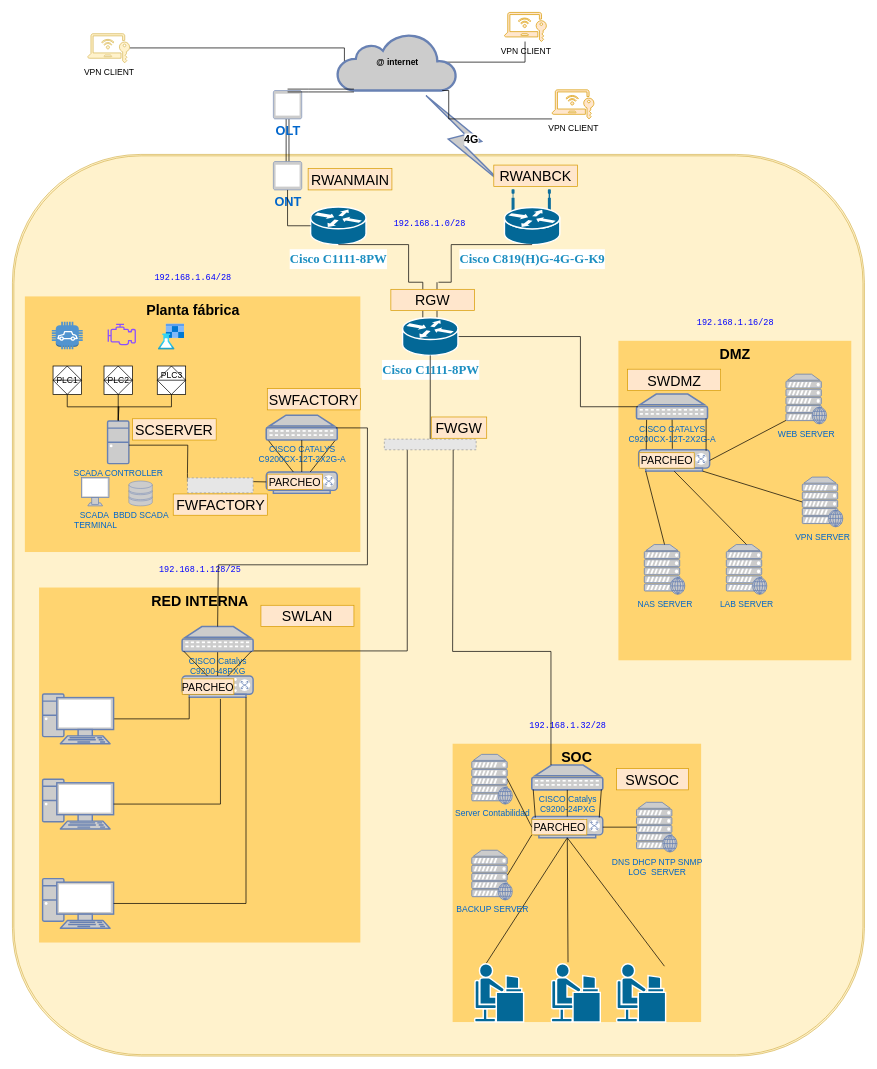
Earlier version of the draw.io diagram auditoria_ficti.drawio (hotspotcepeda/audit_ficti). Source tidied: cells renumbered, new cells numbered last; positions are measured from the earlier drawing's top-left corner, leaving out a move shared by most shapes. Both pictures are drawn from the tidied source at 71%, with x=0, y=0 at pixel (12, 12). Pictures stored in the file or linked from it are replaced by grey dashed boxes.
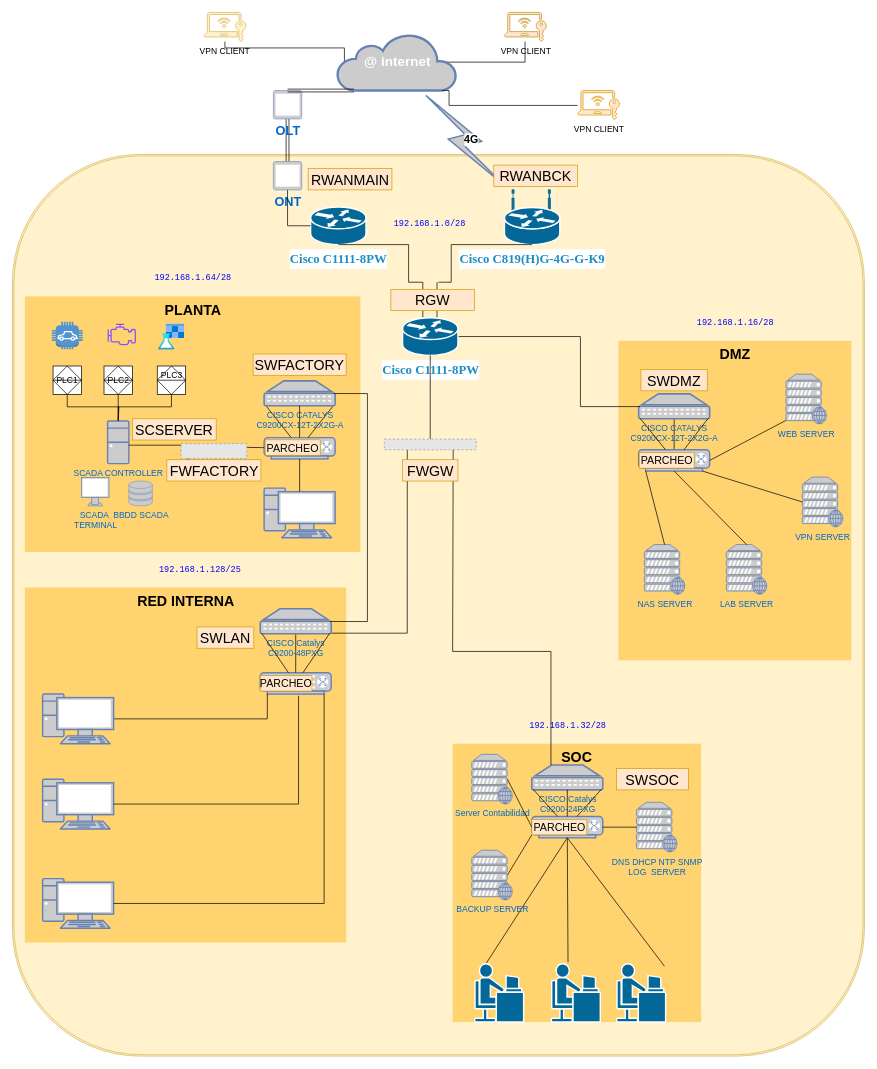
Above is the later version.

The change refers to these unchanged cells:
```xml
<mxCell id="36" style="fontColor=#0066CC;verticalAlign=top;verticalLabelPosition=bottom;labelPosition=center;align=center;html=1;outlineConnect=0;fillColor=#CCCCCC;strokeColor=#6881B3;gradientColor=none;gradientDirection=north;strokeWidth=2;shape=mxgraph.networks.switch;" parent="1" vertex="1">
  <mxGeometry x="731.5" y="1132.5" width="100" height="30" as="geometry" />
</mxCell>
<mxCell id="41" style="fontColor=#0066CC;verticalAlign=top;verticalLabelPosition=bottom;labelPosition=center;align=center;html=1;outlineConnect=0;fillColor=#CCCCCC;strokeColor=#6881B3;gradientColor=none;gradientDirection=north;strokeWidth=2;shape=mxgraph.networks.switch;" parent="1" vertex="1">
  <mxGeometry x="882" y="616" width="100" height="30" as="geometry" />
</mxCell>
<mxCell id="42" value="CISCO Catalys&lt;br style=&quot;border-color: var(--border-color);&quot;&gt;C9200-24PXG" style="fontColor=#0066CC;verticalAlign=top;verticalLabelPosition=bottom;labelPosition=center;align=center;html=1;outlineConnect=0;fillColor=#CCCCCC;strokeColor=#6881B3;gradientColor=none;gradientDirection=north;strokeWidth=2;shape=mxgraph.networks.patch_panel;" parent="1" vertex="1">
  <mxGeometry x="731.5" y="1060" width="100" height="35" as="geometry" />
</mxCell>
<mxCell id="79" value="&lt;h1 style=&quot;border-color: var(--border-color); box-sizing: border-box; font-size: 18px; margin: 0px; line-height: 1.75rem; font-family: Montserrat, serif; color: rgb(28, 142, 193); padding-top: 0px; text-align: start; background-color: rgb(255, 255, 255);&quot; class=&quot;product--title&quot;&gt;Cisco C1111-8PW&lt;br&gt;&lt;/h1&gt;" style="shape=mxgraph.cisco.routers.router;sketch=0;html=1;dashed=0;fillColor=#036897;strokeColor=#ffffff;strokeWidth=2;verticalLabelPosition=bottom;verticalAlign=top;align=center;outlineConnect=0;" parent="1" vertex="1">
  <mxGeometry x="549.5" y="430" width="78" height="53" as="geometry" />
</mxCell>
<mxCell id="84" style="fillColor=#E6E6E6;strokeColor=#999999;dashed=1;verticalLabelPosition=bottom;labelBackgroundColor=default;verticalAlign=top;" parent="1" vertex="1">
  <mxGeometry x="523.8" y="601" width="129.3" height="15" as="geometry" />
</mxCell>
<mxCell id="89" value="&lt;font style=&quot;font-size: 15px;&quot;&gt;PARCHEO&lt;/font&gt;" style="text;strokeColor=#d79b00;align=center;fillColor=#ffe6cc;html=1;verticalAlign=middle;whiteSpace=wrap;rounded=0;" parent="1" vertex="1">
  <mxGeometry x="882.8" y="620.1" width="77.5" height="21.8" as="geometry" />
</mxCell>
```

Change to the diagram source:
```diff
@@
-    <mxCell id="6" value="&lt;h4&gt;&lt;font color=&quot;#000000&quot;&gt;@ internet&lt;/font&gt;&lt;/h4&gt;" style="html=1;outlineConnect=0;fillColor=#CCCCCC;strokeColor=#6881B3;gradientColor=none;gradientDirection=north;strokeWidth=2;shape=mxgraph.networks.cloud;fontColor=#ffffff;" parent="1" vertex="1">
+    <mxCell id="6" value="&lt;h4&gt;&lt;font style=&quot;font-size: 19px;&quot;&gt;@ internet&lt;/font&gt;&lt;/h4&gt;" style="html=1;outlineConnect=0;fillColor=#CCCCCC;strokeColor=#6881B3;gradientColor=none;gradientDirection=north;strokeWidth=2;shape=mxgraph.networks.cloud;fontColor=#ffffff;" parent="1" vertex="1">
       <mxGeometry x="457.5" y="30" width="168" height="80" as="geometry" />
     </mxCell>
@@
     <mxCell id="12" value="&lt;font style=&quot;font-size: 20px;&quot;&gt;&lt;b&gt;RED INTERNA&lt;/b&gt;&lt;/font&gt;" style="whiteSpace=wrap;html=1;fillColor=#FFD470;gradientColor=none;fontSize=14;strokeColor=none;verticalAlign=top;" parent="1" vertex="1">
-      <mxGeometry x="37.5" y="810" width="452.5" height="500" as="geometry" />
+      <mxGeometry x="17.5" y="810" width="452.5" height="500" as="geometry" />
     </mxCell>
     <mxCell id="13" style="fontColor=#0066CC;verticalAlign=top;verticalLabelPosition=bottom;labelPosition=center;align=center;html=1;outlineConnect=0;fillColor=#CCCCCC;strokeColor=#6881B3;gradientColor=none;gradientDirection=north;strokeWidth=2;shape=mxgraph.networks.switch;" parent="1" vertex="1">
-      <mxGeometry x="239" y="934.5" width="100" height="30" as="geometry" />
+      <mxGeometry x="349" y="930" width="100" height="30" as="geometry" />
     </mxCell>
@@
     <mxCell id="25" value="VPN CLIENT" style="sketch=0;shadow=0;dashed=0;html=1;strokeColor=#d6b656;fillColor=#fff2cc;labelPosition=center;verticalLabelPosition=bottom;verticalAlign=top;outlineConnect=0;align=center;shape=mxgraph.office.concepts.remote_access;" parent="1" vertex="1">
-      <mxGeometry x="106" y="30" width="59" height="41" as="geometry" />
+      <mxGeometry x="269.8" width="59" height="41" as="geometry" />
     </mxCell>
     <mxCell id="26" value="VPN CLIENT" style="sketch=0;shadow=0;dashed=0;html=1;strokeColor=#d79b00;fillColor=#ffe6cc;labelPosition=center;verticalLabelPosition=bottom;verticalAlign=top;outlineConnect=0;align=center;shape=mxgraph.office.concepts.remote_access;" parent="1" vertex="1">
-      <mxGeometry x="760" y="109" width="59" height="41" as="geometry" />
+      <mxGeometry x="796" y="110" width="59" height="41" as="geometry" />
     </mxCell>
@@
-    <mxCell id="28" value="&lt;font style=&quot;font-size: 20px;&quot;&gt;&lt;b&gt;Planta fábrica&lt;/b&gt;&lt;/font&gt;" style="whiteSpace=wrap;html=1;fillColor=#FFD470;gradientColor=none;fontSize=14;strokeColor=none;verticalAlign=top;" parent="1" vertex="1">
+    <mxCell id="28" value="&lt;span style=&quot;font-size: 20px;&quot;&gt;&lt;b&gt;PLANTA&lt;/b&gt;&lt;/span&gt;" style="whiteSpace=wrap;html=1;fillColor=#FFD470;gradientColor=none;fontSize=14;strokeColor=none;verticalAlign=top;" parent="1" vertex="1">
       <mxGeometry x="17.5" y="400" width="472.5" height="360" as="geometry" />
     </mxCell>
     <mxCell id="29" style="edgeStyle=orthogonalEdgeStyle;rounded=0;jettySize=auto;html=1;exitX=0.25;exitY=1;exitDx=0;exitDy=0;endArrow=none;endFill=0;entryX=0.98;entryY=0.98;entryDx=0;entryDy=0;entryPerimeter=0;" parent="1" edge="1" source="84" target="64">
       <mxGeometry relative="1" as="geometry">
         <Array as="points">
-          <mxPoint x="556" y="899" />
+          <mxPoint x="556" y="874" />
         </Array>
       </mxGeometry>
     </mxCell>
@@
     <mxCell id="31" style="edgeStyle=orthogonalEdgeStyle;rounded=0;jettySize=auto;html=1;exitX=0.88;exitY=1;exitDx=0;exitDy=0;exitPerimeter=0;endArrow=none;endFill=0;" parent="1" edge="1" source="6" target="26">
       <mxGeometry relative="1" as="geometry">
         <Array as="points">
-          <mxPoint x="614.5" y="150" />
+          <mxPoint x="615" y="110" />
+          <mxPoint x="615" y="131" />
         </Array>
       </mxGeometry>
     </mxCell>
-    <mxCell id="32" value="VPN CLIENT" style="sketch=0;shadow=0;dashed=0;html=1;strokeColor=#d79b00;fillColor=#ffe6cc;labelPosition=center;verticalLabelPosition=bottom;verticalAlign=top;outlineConnect=0;align=center;shape=mxgraph.office.concepts.remote_access;" parent="1" vertex="1">
+    <mxCell id="32" value="VPN CLIENT" style="sketch=0;shadow=0;dashed=0;html=1;strokeColor=#bd901f;fillColor=#ffe6cc;labelPosition=center;verticalLabelPosition=bottom;verticalAlign=top;outlineConnect=0;align=center;shape=mxgraph.office.concepts.remote_access;" parent="1" vertex="1">
       <mxGeometry x="693" width="59" height="41" as="geometry" />
     </mxCell>
@@
     <mxCell id="39" style="fontColor=#0066CC;verticalAlign=top;verticalLabelPosition=bottom;labelPosition=center;align=center;html=1;outlineConnect=0;fillColor=#CCCCCC;strokeColor=#6881B3;gradientColor=none;gradientDirection=north;strokeWidth=2;shape=mxgraph.networks.switch;" parent="1" vertex="1">
-      <mxGeometry x="357.5" y="647.3" width="100" height="30" as="geometry" />
+      <mxGeometry x="354.5" y="598.9" width="100" height="30" as="geometry" />
     </mxCell>
-    <mxCell id="40" style="edgeStyle=none;rounded=0;jettySize=auto;html=1;endArrow=none;endFill=0;exitX=0.475;exitY=-0.046;exitDx=0;exitDy=0;exitPerimeter=0;" parent="1" edge="1" source="41" target="43">
+    <mxCell id="40" style="edgeStyle=none;rounded=0;jettySize=auto;html=1;endArrow=none;endFill=0;exitX=0.5;exitY=0;exitDx=0;exitDy=0;exitPerimeter=0;" parent="1" edge="1" source="41" target="43">
       <mxGeometry relative="1" as="geometry" />
     </mxCell>
@@
     <mxCell id="43" value="CISCO CATALYS &lt;br&gt;C9200CX-12T-2X2G-A&lt;br&gt;" style="fontColor=#0066CC;verticalAlign=top;verticalLabelPosition=bottom;labelPosition=center;align=center;html=1;outlineConnect=0;fillColor=#CCCCCC;strokeColor=#6881B3;gradientColor=none;gradientDirection=north;strokeWidth=2;shape=mxgraph.networks.patch_panel;" parent="1" vertex="1">
-      <mxGeometry x="879" y="537.5" width="100" height="35" as="geometry" />
+      <mxGeometry x="882" y="537.3" width="100" height="35" as="geometry" />
     </mxCell>
@@
     <mxCell id="46" value="CISCO CATALYS&lt;br style=&quot;border-color: var(--border-color);&quot;&gt;C9200CX-12T-2X2G-A" style="fontColor=#0066CC;verticalAlign=top;verticalLabelPosition=bottom;labelPosition=center;align=center;html=1;outlineConnect=0;fillColor=#CCCCCC;strokeColor=#6881B3;gradientColor=none;gradientDirection=north;strokeWidth=2;shape=mxgraph.networks.patch_panel;" parent="1" vertex="1">
-      <mxGeometry x="357.5" y="567.3" width="100" height="35" as="geometry" />
+      <mxGeometry x="354.5" y="518.9" width="100" height="35" as="geometry" />
     </mxCell>
@@
     <mxCell id="64" value="CISCO Catalys &lt;br&gt;C9200-48PXG" style="fontColor=#0066CC;verticalAlign=top;verticalLabelPosition=bottom;labelPosition=center;align=center;html=1;outlineConnect=0;fillColor=#CCCCCC;strokeColor=#6881B3;gradientColor=none;gradientDirection=north;strokeWidth=2;shape=mxgraph.networks.patch_panel;" parent="1" vertex="1">
-      <mxGeometry x="239" y="865" width="100" height="35" as="geometry" />
+      <mxGeometry x="349" y="840" width="100" height="35" as="geometry" />
     </mxCell>
@@
-    <mxCell id="71" style="edgeStyle=none;rounded=0;jettySize=auto;html=1;exitX=0.128;exitY=-0.207;exitDx=0;exitDy=0;exitPerimeter=0;entryX=0.142;entryY=1.038;entryDx=0;entryDy=0;entryPerimeter=0;endArrow=none;endFill=0;" parent="1" edge="1" source="89" target="43">
+    <mxCell id="71" style="edgeStyle=none;rounded=0;jettySize=auto;html=1;entryX=0.02;entryY=0.98;entryDx=0;entryDy=0;entryPerimeter=0;endArrow=none;endFill=0;" parent="1" edge="1" source="41" target="43">
       <mxGeometry relative="1" as="geometry" />
     </mxCell>
@@
     <mxCell id="74" value="&lt;font style=&quot;font-size: 20px;&quot;&gt;SWFACTORY&lt;/font&gt;" style="text;strokeColor=#d79b00;align=center;fillColor=#ffe6cc;html=1;verticalAlign=middle;whiteSpace=wrap;rounded=0;" parent="1" vertex="1">
-      <mxGeometry x="359" y="529.8" width="131" height="30" as="geometry" />
+      <mxGeometry x="339" y="481.1" width="131" height="30" as="geometry" />
     </mxCell>
@@
     <mxCell id="78" value="&lt;font style=&quot;font-size: 20px;&quot;&gt;FWFACTORY&lt;/font&gt;" style="text;strokeColor=#d79b00;align=center;fillColor=#ffe6cc;html=1;verticalAlign=middle;whiteSpace=wrap;rounded=0;" parent="1" vertex="1">
-      <mxGeometry x="226.5" y="678.2" width="132.5" height="30" as="geometry" />
+      <mxGeometry x="217.5" y="630" width="132.5" height="30" as="geometry" />
     </mxCell>
@@
-    <mxCell id="81" style="edgeStyle=none;rounded=0;jettySize=auto;html=1;entryX=0.5;entryY=0;entryDx=0;entryDy=0;endArrow=none;endFill=0;" parent="1" edge="1" source="79" target="84">
-      <mxGeometry relative="1" as="geometry" />
-    </mxCell>
@@
     <mxCell id="83" style="fillColor=#E6E6E6;strokeColor=#999999;dashed=1;verticalLabelPosition=bottom;labelBackgroundColor=default;verticalAlign=top;" parent="1" vertex="1">
-      <mxGeometry x="246.5" y="655.6" width="92.5" height="21.1" as="geometry" />
+      <mxGeometry x="237.5" y="607.3" width="92.5" height="21.1" as="geometry" />
     </mxCell>
@@
-    <mxCell id="85" value="&lt;font style=&quot;font-size: 20px;&quot;&gt;FWGW&lt;/font&gt;" style="text;strokeColor=#d79b00;align=center;fillColor=#ffe6cc;html=1;verticalAlign=middle;whiteSpace=wrap;rounded=0;" parent="1" vertex="1">
-      <mxGeometry x="590" y="569.8" width="78" height="30" as="geometry" />
-    </mxCell>
     <mxCell id="86" value="&lt;font style=&quot;font-size: 15px;&quot;&gt;PARCHEO&lt;/font&gt;" style="text;strokeColor=#d79b00;align=center;fillColor=#ffe6cc;html=1;verticalAlign=middle;whiteSpace=wrap;rounded=0;" parent="1" vertex="1">
-      <mxGeometry x="359" y="650.3" width="77.5" height="21.8" as="geometry" />
+      <mxGeometry x="356" y="601.9" width="77.5" height="21.8" as="geometry" />
     </mxCell>
     <mxCell id="87" value="&lt;font style=&quot;font-size: 15px;&quot;&gt;PARCHEO&lt;/font&gt;" style="text;strokeColor=#d79b00;align=center;fillColor=#ffe6cc;html=1;verticalAlign=middle;whiteSpace=wrap;rounded=0;" parent="1" vertex="1">
-      <mxGeometry x="239.1" y="938.6" width="72.8" height="21.8" as="geometry" />
+      <mxGeometry x="349.1" y="934.1" width="72.8" height="21.8" as="geometry" />
     </mxCell>
@@
-    <mxCell id="90" style="edgeStyle=none;rounded=0;jettySize=auto;html=1;exitX=0.98;exitY=0.98;exitDx=0;exitDy=0;exitPerimeter=0;entryX=0.95;entryY=0.05;entryDx=0;entryDy=0;entryPerimeter=0;endArrow=none;endFill=0;" parent="1" edge="1" source="43" target="41">
+    <mxCell id="90" style="edgeStyle=none;rounded=0;jettySize=auto;html=1;exitX=0.98;exitY=0.98;exitDx=0;exitDy=0;exitPerimeter=0;endArrow=none;endFill=0;entryX=0.638;entryY=0.002;entryDx=0;entryDy=0;entryPerimeter=0;" parent="1" edge="1" source="43" target="41">
       <mxGeometry relative="1" as="geometry" />
     </mxCell>
-    <mxCell id="91" style="edgeStyle=none;rounded=0;jettySize=auto;html=1;exitX=0.02;exitY=0.98;exitDx=0;exitDy=0;exitPerimeter=0;entryX=0.05;entryY=0.05;entryDx=0;entryDy=0;entryPerimeter=0;endArrow=none;endFill=0;" parent="1" edge="1" source="42" target="36">
+    <mxCell id="91" style="edgeStyle=none;rounded=0;jettySize=auto;html=1;exitX=0.02;exitY=0.98;exitDx=0;exitDy=0;exitPerimeter=0;endArrow=none;endFill=0;" parent="1" edge="1" source="42" target="36">
       <mxGeometry relative="1" as="geometry" />
     </mxCell>
-    <mxCell id="92" style="edgeStyle=none;rounded=0;jettySize=auto;html=1;exitX=0.98;exitY=0.98;exitDx=0;exitDy=0;exitPerimeter=0;entryX=0.95;entryY=0.05;entryDx=0;entryDy=0;entryPerimeter=0;endArrow=none;endFill=0;" parent="1" edge="1" source="42" target="36">
+    <mxCell id="92" style="edgeStyle=none;rounded=0;jettySize=auto;html=1;exitX=0.98;exitY=0.98;exitDx=0;exitDy=0;exitPerimeter=0;endArrow=none;endFill=0;" parent="1" edge="1" source="42" target="36">
       <mxGeometry relative="1" as="geometry" />
     </mxCell>
@@
     <mxCell id="96" value="&lt;font style=&quot;font-size: 20px;&quot;&gt;SWDMZ&lt;br&gt;&lt;/font&gt;" style="text;strokeColor=#d79b00;align=center;fillColor=#ffe6cc;html=1;verticalAlign=middle;whiteSpace=wrap;rounded=0;" parent="1" vertex="1">
-      <mxGeometry x="866.5" y="502.5" width="131" height="30" as="geometry" />
+      <mxGeometry x="885.2" y="503" width="93.5" height="30" as="geometry" />
     </mxCell>
@@
     <mxCell id="108" value="&lt;font style=&quot;font-size: 20px;&quot;&gt;SWLAN&lt;br&gt;&lt;/font&gt;" style="text;strokeColor=#d79b00;align=center;fillColor=#ffe6cc;html=1;verticalAlign=middle;whiteSpace=wrap;rounded=0;" parent="1" vertex="1">
-      <mxGeometry x="350" y="835" width="131" height="30" as="geometry" />
+      <mxGeometry x="260" y="865.5" width="80" height="30" as="geometry" />
     </mxCell>
@@
-    <mxCell id="113" style="edgeStyle=orthogonalEdgeStyle;rounded=0;jettySize=auto;html=1;endArrow=none;endFill=0;exitX=0.98;exitY=0.51;exitDx=0;exitDy=0;exitPerimeter=0;entryX=0.5;entryY=0;entryDx=0;entryDy=0;entryPerimeter=0;" parent="1" edge="1" source="46" target="64">
+    <mxCell id="113" style="edgeStyle=orthogonalEdgeStyle;rounded=0;jettySize=auto;html=1;endArrow=none;endFill=0;exitX=0.98;exitY=0.51;exitDx=0;exitDy=0;exitPerimeter=0;entryX=0.98;entryY=0.51;entryDx=0;entryDy=0;entryPerimeter=0;" parent="1" edge="1" source="46" target="64">
       <mxGeometry relative="1" as="geometry">
         <Array as="points">
-          <mxPoint x="500" y="585" />
-          <mxPoint x="500" y="778" />
-          <mxPoint x="290" y="778" />
+          <mxPoint x="500" y="537" />
+          <mxPoint x="500" y="858" />
         </Array>
       </mxGeometry>
     </mxCell>
+    <mxCell id="81" style="edgeStyle=none;rounded=0;jettySize=auto;html=1;endArrow=none;endFill=0;entryX=0.5;entryY=0;entryDx=0;entryDy=0;" parent="1" edge="1" source="79" target="84">
+      <mxGeometry relative="1" as="geometry" />
+    </mxCell>
+    <mxCell id="85" value="&lt;font style=&quot;font-size: 20px;&quot;&gt;FWGW&lt;/font&gt;" style="text;strokeColor=#d79b00;align=center;fillColor=#ffe6cc;html=1;verticalAlign=middle;whiteSpace=wrap;rounded=0;" parent="1" vertex="1">
+      <mxGeometry x="549.5" y="630" width="78" height="30" as="geometry" />
+    </mxCell>
+    <mxCell id="114" style="fontColor=#0066CC;verticalAlign=top;verticalLabelPosition=bottom;labelPosition=center;align=center;html=1;outlineConnect=0;fillColor=#CCCCCC;strokeColor=#6881B3;gradientColor=none;gradientDirection=north;strokeWidth=2;shape=mxgraph.networks.pc;" parent="1" vertex="1">
+      <mxGeometry x="354.5" y="670" width="100" height="70" as="geometry" />
+    </mxCell>
+    <mxCell id="115" style="edgeStyle=none;rounded=0;jettySize=auto;html=1;exitX=0.5;exitY=0.07;exitDx=0;exitDy=0;exitPerimeter=0;entryX=0.5;entryY=1;entryDx=0;entryDy=0;entryPerimeter=0;endArrow=none;endFill=0;" parent="1" edge="1" source="114" target="39">
+      <mxGeometry relative="1" as="geometry" />
+    </mxCell>
```
